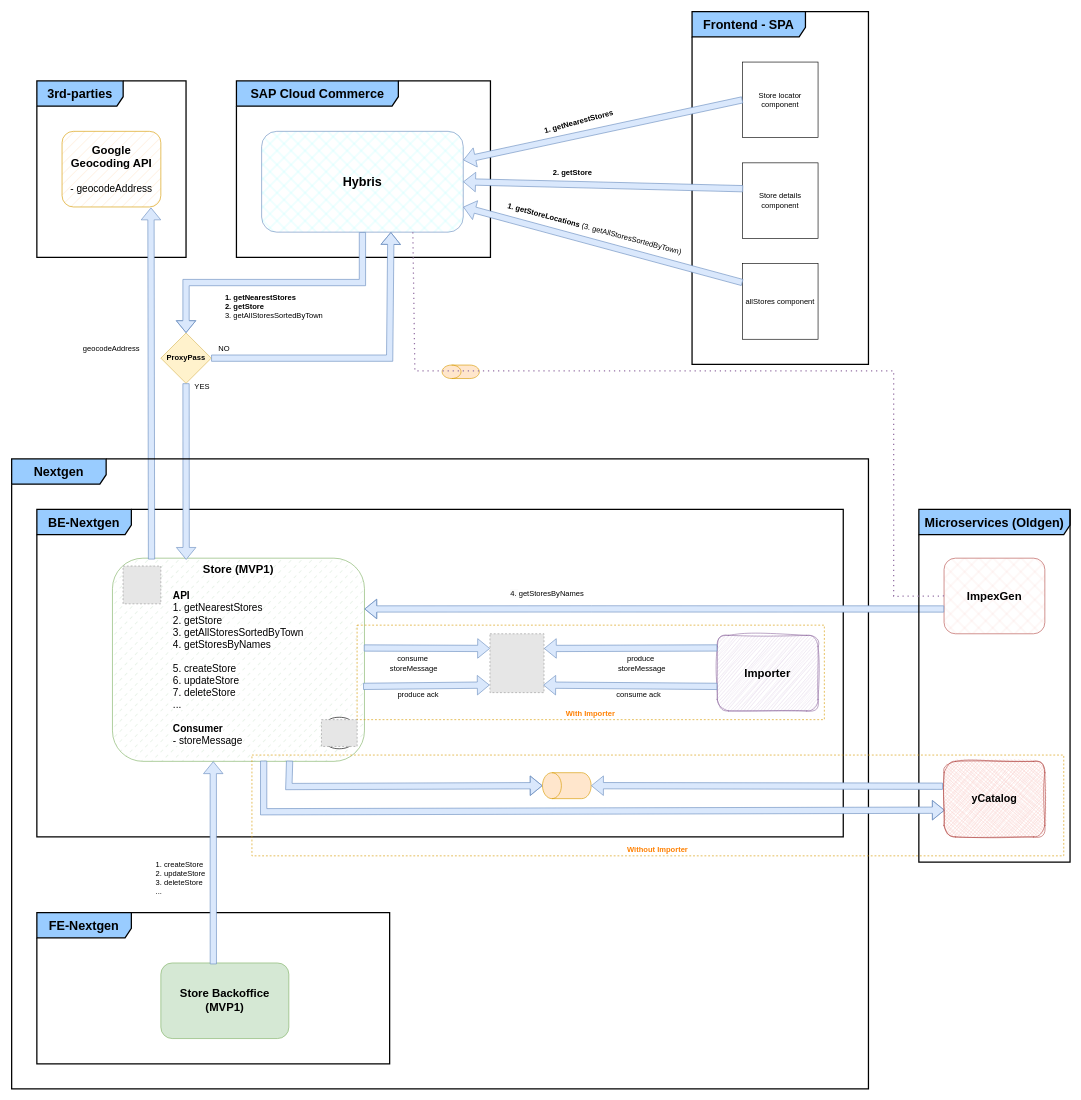
The draw.io diagram graphs/store-macroservice.drawio in d-figuccia/draw-io, before the edit. Source tidied: cells renumbered, new cells numbered last; positions are measured from the earlier drawing's top-left corner, leaving out a move shared by most shapes. Both pictures are drawn from the tidied source at 63%, with x=0, y=0 at pixel (11, 11). Pictures stored in the file or linked from it are replaced by grey dashed boxes.
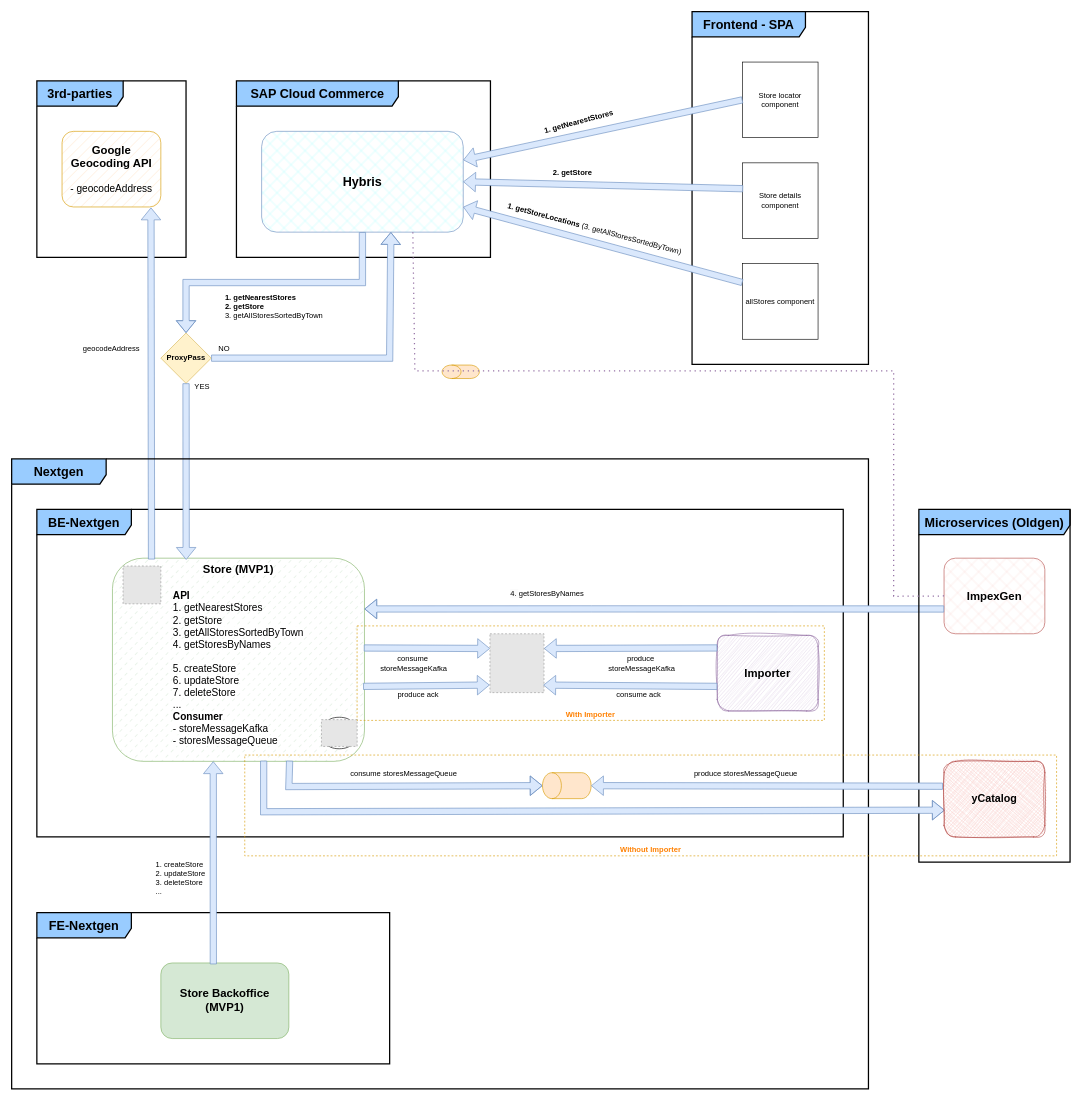
Above is the later version.

The change refers to these unchanged cells:
```xml
<mxCell id="3" style="shape=flexArrow;endArrow=classic;html=1;rounded=0;fillColor=#dae8fc;strokeColor=#6c8ebf;entryX=1;entryY=0.25;entryDx=0;entryDy=0;" parent="1" edge="1" target="45">
  <mxGeometry relative="1" as="geometry">
    <mxPoint x="1120" y="1010" as="sourcePoint" />
  </mxGeometry>
</mxCell>
```

What changed in the source:
```diff
@@
-    <mxCell id="4" value="produce&amp;nbsp;&lt;div style=&quot;font-size: 12px;&quot;&gt;storeMessage&lt;/div&gt;" style="edgeLabel;html=1;align=center;verticalAlign=middle;fontSize=12;labelBackgroundColor=default;" parent="3" vertex="1">
+    <mxCell id="4" value="produce&amp;nbsp;&lt;div style=&quot;font-size: 12px;&quot;&gt;storeMessageKafka&lt;/div&gt;" style="edgeLabel;html=1;align=center;verticalAlign=middle;fontSize=12;labelBackgroundColor=default;" parent="3" vertex="1">
       <mxGeometry x="0.28" y="1" relative="1" as="geometry">
         <mxPoint x="55" y="23" as="offset" />
       </mxGeometry>
     </mxCell>
-    <mxCell id="5" value="&lt;span style=&quot;font-size: 18px; font-weight: 700; text-align: left;&quot;&gt;Store (MVP1)&lt;/span&gt;&lt;div&gt;&lt;span style=&quot;font-size: 18px; font-weight: 700; text-align: left;&quot;&gt;&lt;br&gt;&lt;/span&gt;&lt;/div&gt;&lt;div style=&quot;text-align: left; font-size: 16px;&quot;&gt;&lt;font style=&quot;font-size: 16px;&quot;&gt;&lt;b&gt;API&lt;/b&gt;&lt;/font&gt;&lt;/div&gt;&lt;div style=&quot;text-align: left; font-size: 16px;&quot;&gt;&lt;font style=&quot;font-size: 16px;&quot;&gt;1.&amp;nbsp;&lt;span style=&quot;background-color: initial; text-align: center; text-wrap: nowrap;&quot;&gt;getNearestStores&lt;/span&gt;&lt;/font&gt;&lt;/div&gt;&lt;div style=&quot;text-align: left; font-size: 16px;&quot;&gt;&lt;font style=&quot;font-size: 16px;&quot;&gt;&lt;span style=&quot;&quot;&gt;2.&amp;nbsp;&lt;/span&gt;&lt;span style=&quot;background-color: initial; text-align: center; text-wrap: nowrap;&quot;&gt;getStore&lt;/span&gt;&lt;/font&gt;&lt;/div&gt;&lt;div style=&quot;text-align: left; font-size: 16px;&quot;&gt;&lt;font style=&quot;font-size: 16px;&quot;&gt;3.&amp;nbsp;&lt;span style=&quot;background-color: rgb(255, 255, 255); text-wrap: nowrap; text-align: center;&quot;&gt;getAllStoresSortedByTown&lt;/span&gt;&lt;/font&gt;&lt;/div&gt;&lt;div style=&quot;text-align: left; font-size: 16px;&quot;&gt;&lt;font style=&quot;font-size: 16px;&quot;&gt;&lt;span style=&quot;background-color: rgb(255, 255, 255); text-wrap: nowrap; text-align: center;&quot;&gt;4.&amp;nbsp;&lt;/span&gt;&lt;/font&gt;&lt;span style=&quot;background-color: rgb(255, 255, 255); text-wrap: nowrap; text-align: center;&quot;&gt;getStoresByNames&lt;/span&gt;&lt;/div&gt;&lt;div style=&quot;text-align: left; font-size: 16px;&quot;&gt;&lt;font style=&quot;font-size: 16px;&quot;&gt;&lt;span style=&quot;background-color: rgb(255, 255, 255); text-wrap: nowrap; text-align: center;&quot;&gt;&lt;br&gt;&lt;/span&gt;&lt;/font&gt;&lt;/div&gt;&lt;div style=&quot;text-align: left; font-size: 16px;&quot;&gt;&lt;font style=&quot;font-size: 16px;&quot;&gt;&lt;span style=&quot;background-color: rgb(255, 255, 255); text-wrap: nowrap; text-align: center;&quot;&gt;5. createStore&lt;/span&gt;&lt;/font&gt;&lt;/div&gt;&lt;div style=&quot;text-align: left; font-size: 16px;&quot;&gt;&lt;font style=&quot;font-size: 16px;&quot;&gt;&lt;span style=&quot;background-color: rgb(255, 255, 255); text-wrap: nowrap; text-align: center;&quot;&gt;6. updateStore&lt;/span&gt;&lt;/font&gt;&lt;/div&gt;&lt;div style=&quot;text-align: left; font-size: 16px;&quot;&gt;&lt;font style=&quot;font-size: 16px;&quot;&gt;&lt;span style=&quot;background-color: rgb(255, 255, 255); text-wrap: nowrap; text-align: center;&quot;&gt;7. deleteStore&lt;/span&gt;&lt;/font&gt;&lt;/div&gt;&lt;div style=&quot;text-align: left; font-size: 16px;&quot;&gt;&lt;font style=&quot;font-size: 16px;&quot;&gt;&lt;span style=&quot;background-color: rgb(255, 255, 255); text-wrap: nowrap; text-align: center;&quot;&gt;...&lt;/span&gt;&lt;/font&gt;&lt;span style=&quot;background-color: rgb(255, 255, 255); text-align: center; text-wrap: nowrap;&quot;&gt;&amp;nbsp;&lt;/span&gt;&lt;/div&gt;&lt;div style=&quot;text-align: left; font-size: 16px;&quot;&gt;&lt;font style=&quot;font-size: 16px;&quot;&gt;&lt;span style=&quot;background-color: rgb(255, 255, 255); text-wrap: nowrap; text-align: center;&quot;&gt;&lt;br&gt;&lt;/span&gt;&lt;/font&gt;&lt;/div&gt;&lt;div style=&quot;text-align: left; font-size: 16px;&quot;&gt;&lt;font style=&quot;font-size: 16px;&quot;&gt;&lt;span style=&quot;background-color: rgb(255, 255, 255); text-wrap: nowrap; text-align: center;&quot;&gt;&lt;b&gt;Consumer&lt;/b&gt;&lt;/span&gt;&lt;/font&gt;&lt;/div&gt;&lt;div style=&quot;text-align: left; font-size: 16px;&quot;&gt;&lt;font style=&quot;font-size: 16px;&quot;&gt;&lt;span style=&quot;background-color: rgb(255, 255, 255); text-wrap: nowrap; text-align: center;&quot;&gt;- storeMessage&lt;/span&gt;&lt;/font&gt;&lt;/div&gt;" style="rounded=1;whiteSpace=wrap;html=1;glass=0;shadow=0;fillColor=#d5e8d4;strokeColor=#82b366;fillStyle=dashed;verticalAlign=top;" parent="1" vertex="1">
+    <mxCell id="5" value="&lt;span style=&quot;font-size: 18px; font-weight: 700; text-align: left;&quot;&gt;Store (MVP1)&lt;/span&gt;&lt;div&gt;&lt;span style=&quot;font-size: 18px; font-weight: 700; text-align: left;&quot;&gt;&lt;br&gt;&lt;/span&gt;&lt;/div&gt;&lt;div style=&quot;text-align: left; font-size: 16px;&quot;&gt;&lt;font style=&quot;font-size: 16px;&quot;&gt;&lt;b&gt;API&lt;/b&gt;&lt;/font&gt;&lt;/div&gt;&lt;div style=&quot;text-align: left; font-size: 16px;&quot;&gt;&lt;font style=&quot;font-size: 16px;&quot;&gt;1.&amp;nbsp;&lt;span style=&quot;background-color: initial; text-align: center; text-wrap: nowrap;&quot;&gt;getNearestStores&lt;/span&gt;&lt;/font&gt;&lt;/div&gt;&lt;div style=&quot;text-align: left; font-size: 16px;&quot;&gt;&lt;font style=&quot;font-size: 16px;&quot;&gt;&lt;span style=&quot;&quot;&gt;2.&amp;nbsp;&lt;/span&gt;&lt;span style=&quot;background-color: initial; text-align: center; text-wrap: nowrap;&quot;&gt;getStore&lt;/span&gt;&lt;/font&gt;&lt;/div&gt;&lt;div style=&quot;text-align: left; font-size: 16px;&quot;&gt;&lt;font style=&quot;font-size: 16px;&quot;&gt;3.&amp;nbsp;&lt;span style=&quot;background-color: rgb(255, 255, 255); text-wrap: nowrap; text-align: center;&quot;&gt;getAllStoresSortedByTown&lt;/span&gt;&lt;/font&gt;&lt;/div&gt;&lt;div style=&quot;text-align: left; font-size: 16px;&quot;&gt;&lt;font style=&quot;font-size: 16px;&quot;&gt;&lt;span style=&quot;background-color: rgb(255, 255, 255); text-wrap: nowrap; text-align: center;&quot;&gt;4.&amp;nbsp;&lt;/span&gt;&lt;/font&gt;&lt;span style=&quot;background-color: rgb(255, 255, 255); text-wrap: nowrap; text-align: center;&quot;&gt;getStoresByNames&lt;/span&gt;&lt;/div&gt;&lt;div style=&quot;text-align: left; font-size: 16px;&quot;&gt;&lt;font style=&quot;font-size: 16px;&quot;&gt;&lt;span style=&quot;background-color: rgb(255, 255, 255); text-wrap: nowrap; text-align: center;&quot;&gt;&lt;br&gt;&lt;/span&gt;&lt;/font&gt;&lt;/div&gt;&lt;div style=&quot;text-align: left; font-size: 16px;&quot;&gt;&lt;font style=&quot;font-size: 16px;&quot;&gt;&lt;span style=&quot;background-color: rgb(255, 255, 255); text-wrap: nowrap; text-align: center;&quot;&gt;5. createStore&lt;/span&gt;&lt;/font&gt;&lt;/div&gt;&lt;div style=&quot;text-align: left; font-size: 16px;&quot;&gt;&lt;font style=&quot;font-size: 16px;&quot;&gt;&lt;span style=&quot;background-color: rgb(255, 255, 255); text-wrap: nowrap; text-align: center;&quot;&gt;6. updateStore&lt;/span&gt;&lt;/font&gt;&lt;/div&gt;&lt;div style=&quot;text-align: left; font-size: 16px;&quot;&gt;&lt;font style=&quot;font-size: 16px;&quot;&gt;&lt;span style=&quot;background-color: rgb(255, 255, 255); text-wrap: nowrap; text-align: center;&quot;&gt;7. deleteStore&lt;/span&gt;&lt;/font&gt;&lt;/div&gt;&lt;div style=&quot;text-align: left; font-size: 16px;&quot;&gt;&lt;font style=&quot;font-size: 16px;&quot;&gt;&lt;span style=&quot;background-color: rgb(255, 255, 255); text-wrap: nowrap; text-align: center;&quot;&gt;...&lt;/span&gt;&lt;/font&gt;&lt;span style=&quot;background-color: rgb(255, 255, 255); text-align: center; text-wrap: nowrap;&quot;&gt;&amp;nbsp;&lt;/span&gt;&lt;/div&gt;&lt;div style=&quot;text-align: left; font-size: 16px;&quot;&gt;&lt;font style=&quot;font-size: 16px;&quot;&gt;&lt;span style=&quot;background-color: rgb(255, 255, 255); text-wrap: nowrap; text-align: center;&quot;&gt;&lt;b&gt;Consumer&lt;/b&gt;&lt;/span&gt;&lt;/font&gt;&lt;/div&gt;&lt;div style=&quot;text-align: left; font-size: 16px;&quot;&gt;&lt;font style=&quot;font-size: 16px;&quot;&gt;&lt;span style=&quot;background-color: rgb(255, 255, 255); text-wrap: nowrap; text-align: center;&quot;&gt;- storeMessageKafka&lt;/span&gt;&lt;/font&gt;&lt;/div&gt;&lt;div style=&quot;text-align: left; font-size: 16px;&quot;&gt;&lt;font style=&quot;font-size: 16px;&quot;&gt;&lt;span style=&quot;background-color: rgb(255, 255, 255); text-wrap: nowrap; text-align: center;&quot;&gt;- storesMessageQueue&lt;/span&gt;&lt;/font&gt;&lt;/div&gt;" style="rounded=1;whiteSpace=wrap;html=1;glass=0;shadow=0;fillColor=#d5e8d4;strokeColor=#82b366;fillStyle=dashed;verticalAlign=top;" parent="1" vertex="1">
       <mxGeometry x="160" y="867.5" width="400" height="322.5" as="geometry" />
     </mxCell>
@@
-    <mxCell id="7" value="consume&amp;nbsp;&lt;div style=&quot;font-size: 12px;&quot;&gt;storeMessage&lt;/div&gt;" style="edgeLabel;html=1;align=center;verticalAlign=middle;fontSize=12;labelBackgroundColor=default;" parent="1" vertex="1">
+    <mxCell id="7" value="consume&amp;nbsp;&lt;div style=&quot;font-size: 12px;&quot;&gt;storeMessageKafka&lt;/div&gt;" style="edgeLabel;html=1;align=center;verticalAlign=middle;fontSize=12;labelBackgroundColor=default;" parent="1" vertex="1">
       <mxGeometry x="670" y="1000" as="geometry">
         <mxPoint x="-33" y="34" as="offset" />
       </mxGeometry>
     </mxCell>
@@
     <mxCell id="52" value="&lt;font color=&quot;#ff8000&quot;&gt;&lt;b&gt;With Importer&lt;/b&gt;&lt;/font&gt;" style="rounded=0;whiteSpace=wrap;html=1;fillColor=none;strokeColor=#d79b00;dashed=1;verticalAlign=bottom;" parent="1" vertex="1">
-      <mxGeometry x="548.3" y="973.8" width="741.7" height="150" as="geometry" />
+      <mxGeometry x="548.3" y="975" width="741.7" height="150" as="geometry" />
     </mxCell>
     <mxCell id="53" value="&lt;font color=&quot;#ff8000&quot;&gt;&lt;b&gt;Without Importer&lt;/b&gt;&lt;/font&gt;" style="rounded=0;whiteSpace=wrap;html=1;fillColor=none;strokeColor=#d79b00;dashed=1;verticalAlign=bottom;" parent="1" vertex="1">
-      <mxGeometry x="381.4" y="1180" width="1288.6" height="160" as="geometry" />
+      <mxGeometry x="370" y="1180" width="1288.6" height="160" as="geometry" />
     </mxCell>
@@
+    <mxCell id="58" value="consume storesMessageQueue" style="text;html=1;align=center;verticalAlign=middle;strokeColor=none;fillColor=none;" parent="1" vertex="1">
+      <mxGeometry x="527" y="1195" width="190" height="30" as="geometry" />
+    </mxCell>
+    <mxCell id="59" value="produce storesMessageQueue" style="text;html=1;align=center;verticalAlign=middle;strokeColor=none;fillColor=none;" parent="1" vertex="1">
+      <mxGeometry x="1070" y="1195" width="190" height="30" as="geometry" />
+    </mxCell>
```
